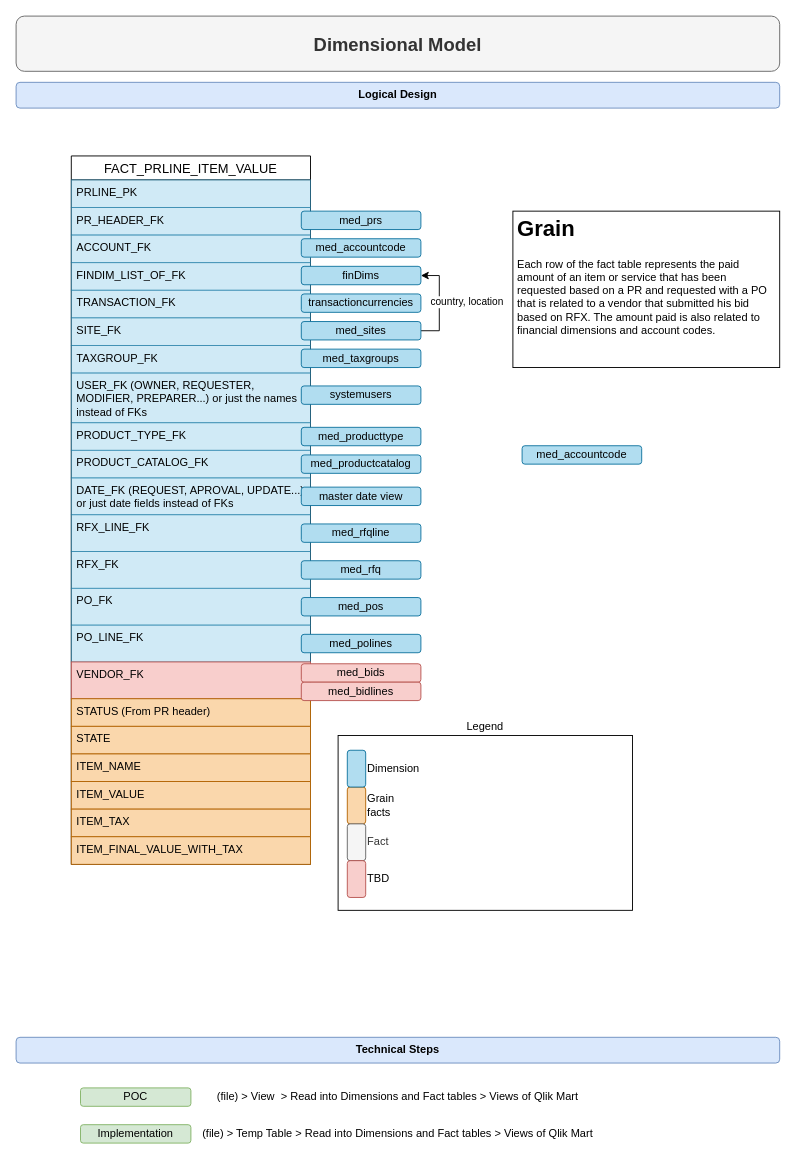
Before: page "Dimensional Model" (6 of 8) of scm_value_chain.drawio in Medair/drawio, a draw.io diagram. Source tidied: cells renumbered, new cells numbered last; positions are measured from the earlier drawing's top-left corner, leaving out a move shared by most shapes. Both pictures are drawn from the tidied source at 92%, with x=0, y=0 at pixel (16, 16).
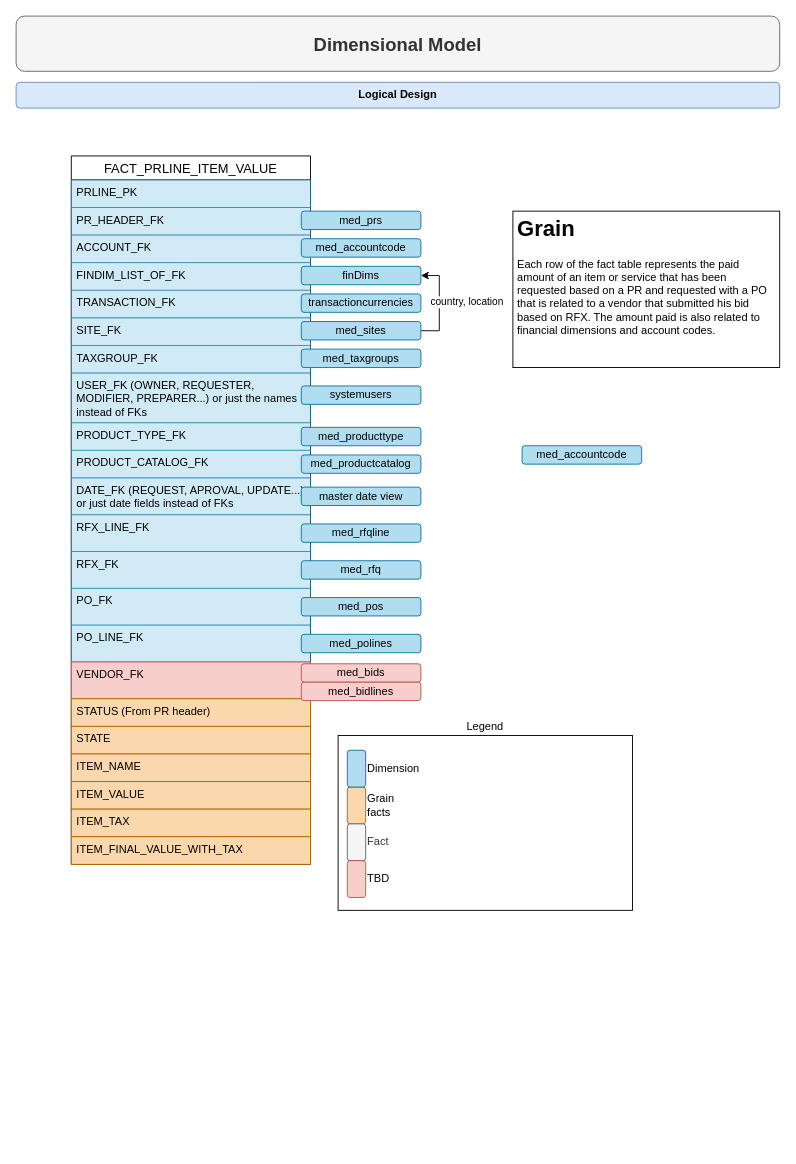
After the change.

The edit, as a diff of the source:
```diff
@@
-    <mxCell id="52" value="&lt;b&gt;&lt;font style=&quot;font-size: 12px;&quot;&gt;Technical Steps&lt;/font&gt;&lt;/b&gt;" style="rounded=1;whiteSpace=wrap;html=1;fillColor=#dae8fc;strokeColor=#6c8ebf;" parent="1" vertex="1">
-      <mxGeometry y="1110" width="830" height="28" as="geometry" />
-    </mxCell>
-    <mxCell id="53" value="(file) &amp;gt; View&amp;nbsp; &amp;gt; Read into Dimensions and Fact tables &amp;gt; Views of Qlik Mart" style="text;html=1;strokeColor=none;fillColor=none;align=center;verticalAlign=middle;whiteSpace=wrap;rounded=0;" parent="1" vertex="1">
-      <mxGeometry y="1160" width="830" height="30" as="geometry" />
-    </mxCell>
-    <mxCell id="54" value="(file) &amp;gt; Temp Table &amp;gt; Read into Dimensions and Fact tables &amp;gt; Views of Qlik Mart" style="text;html=1;strokeColor=none;fillColor=none;align=center;verticalAlign=middle;whiteSpace=wrap;rounded=0;" parent="1" vertex="1">
-      <mxGeometry y="1200" width="830" height="30" as="geometry" />
-    </mxCell>
-    <mxCell id="55" value="POC" style="rounded=1;whiteSpace=wrap;html=1;fillColor=#d5e8d4;strokeColor=#82b366;" parent="1" vertex="1">
-      <mxGeometry x="70" y="1165" width="120" height="20" as="geometry" />
-    </mxCell>
-    <mxCell id="56" value="Implementation" style="rounded=1;whiteSpace=wrap;html=1;fillColor=#d5e8d4;strokeColor=#82b366;" parent="1" vertex="1">
-      <mxGeometry x="70" y="1205" width="120" height="20" as="geometry" />
-    </mxCell>
```
